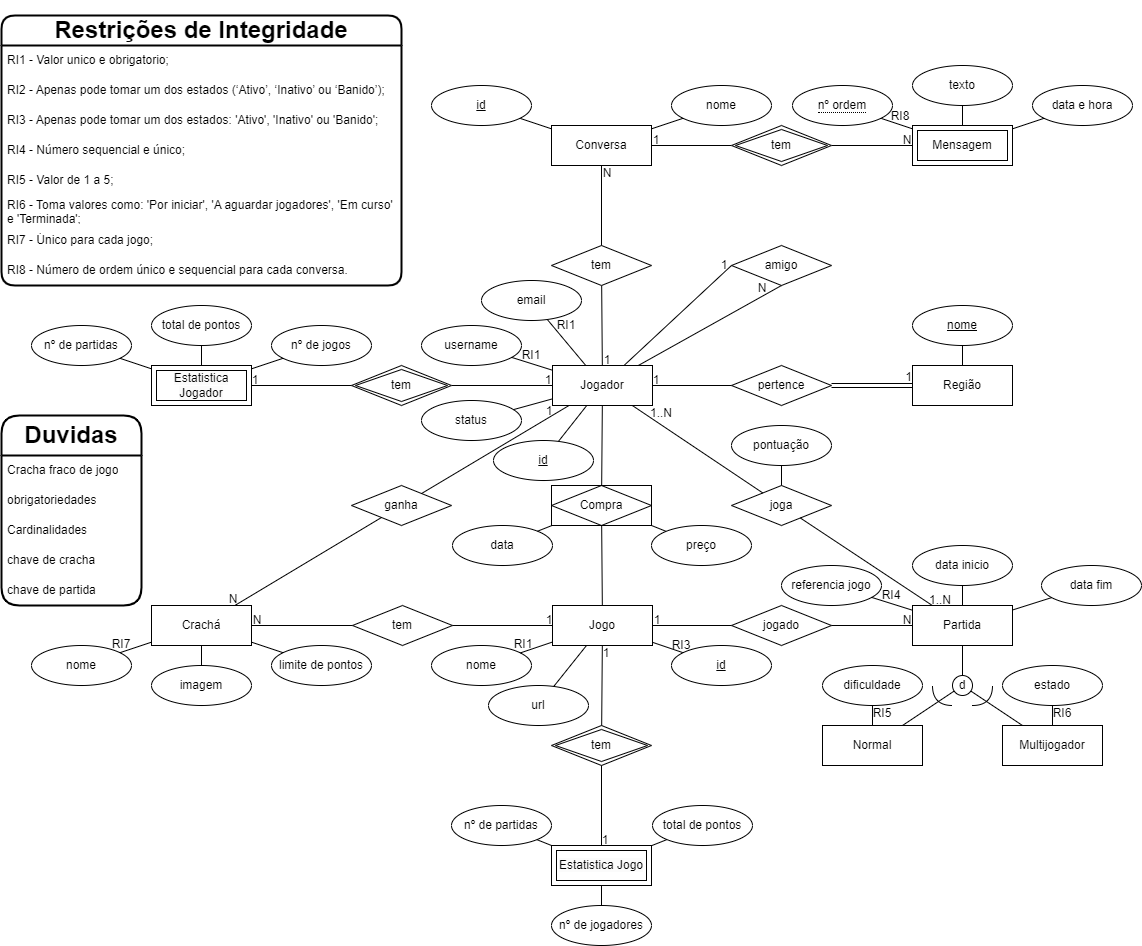
Earlier version of the draw.io export docs/Model.drawio.png (ISEL-STRESSES/SI-WorkAssignment). Source tidied: cells renumbered, new cells last; positions are measured from the earlier drawing's top-left corner, leaving out a move shared by most shapes.
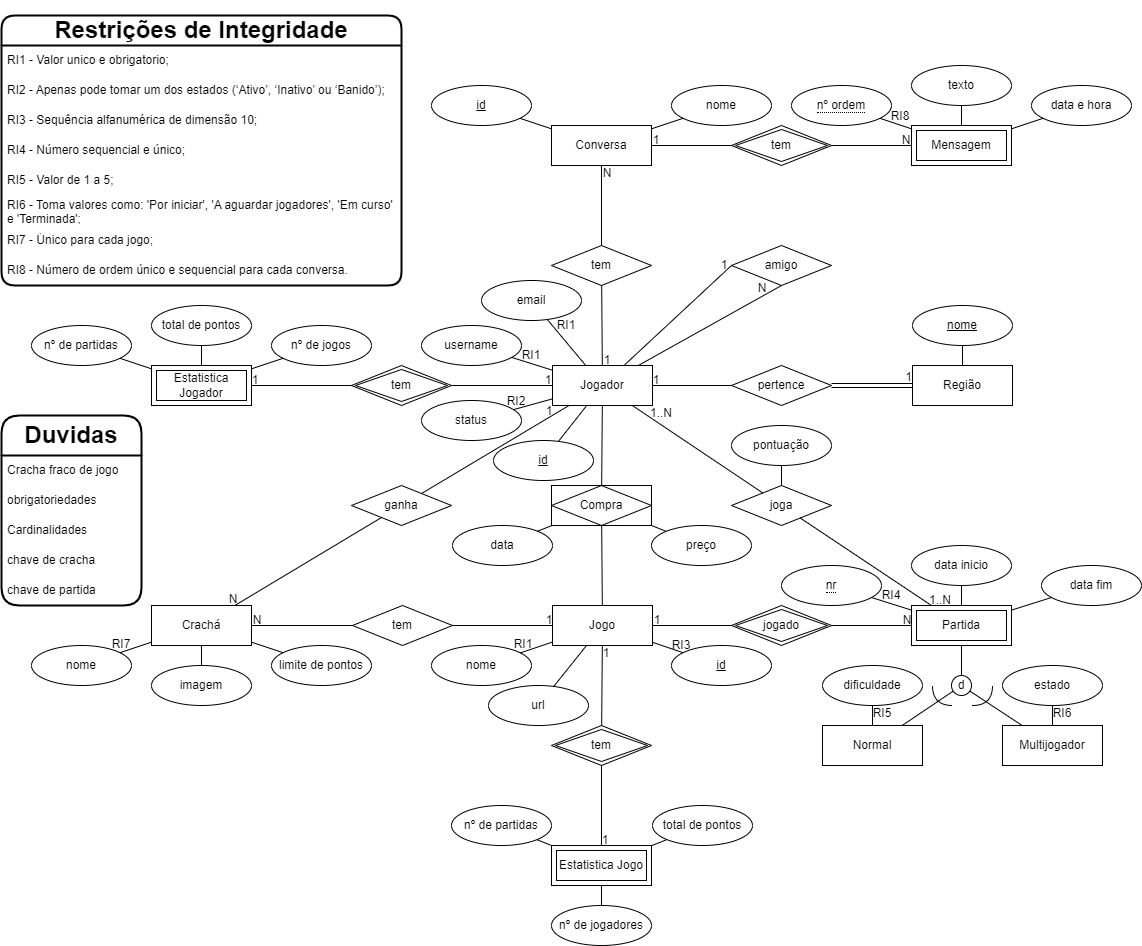
After the commit.

Commit message:
Model with minor changes. Create table not finished. Drop and Delete table done.

Diff of the diagram source:
```diff
@@ -50,14 +50,8 @@
     <mxCell id="17" style="endArrow=none;html=1;rounded=0;" parent="1" edge="1" source="16" target="109">
       <mxGeometry relative="1" as="geometry" />
     </mxCell>
-    <mxCell id="18" value="Partida" style="whiteSpace=wrap;html=1;align=center;" parent="1" vertex="1">
-      <mxGeometry x="911" y="590" width="100" height="40" as="geometry" />
-    </mxCell>
-    <mxCell id="19" value="referencia&amp;nbsp;jogo" style="ellipse;whiteSpace=wrap;html=1;align=center;" parent="1" vertex="1">
-      <mxGeometry x="780" y="550" width="100" height="40" as="geometry" />
-    </mxCell>
     <mxCell id="20" value="data inicio" style="ellipse;whiteSpace=wrap;html=1;align=center;" parent="1" vertex="1">
-      <mxGeometry x="911" y="530" width="100" height="40" as="geometry" />
+      <mxGeometry x="910" y="530" width="100" height="40" as="geometry" />
     </mxCell>
     <mxCell id="21" value="data fim" style="ellipse;whiteSpace=wrap;html=1;align=center;" parent="1" vertex="1">
       <mxGeometry x="1040" y="550" width="100" height="40" as="geometry" />
@@ -69,7 +63,7 @@
       <mxGeometry x="1001" y="710" width="100" height="40" as="geometry" />
     </mxCell>
     <mxCell id="24" value="d" style="ellipse;whiteSpace=wrap;html=1;" parent="1" vertex="1">
-      <mxGeometry x="951" y="660" width="20" height="20" as="geometry" />
+      <mxGeometry x="950" y="660" width="20" height="20" as="geometry" />
     </mxCell>
     <mxCell id="25" style="endArrow=none;html=1;rounded=0;" parent="1" edge="1" source="24" target="18">
       <mxGeometry relative="1" as="geometry" />
@@ -98,7 +92,7 @@
         </Array>
       </mxGeometry>
     </mxCell>
-    <mxCell id="30" style="endArrow=none;html=1;rounded=0;strokeColor=default;curved=1;" parent="1" edge="1" source="19" target="18">
+    <mxCell id="30" style="endArrow=none;html=1;rounded=0;strokeColor=default;curved=1;" parent="1" edge="1" source="158" target="18">
       <mxGeometry relative="1" as="geometry" />
     </mxCell>
     <mxCell id="31" style="endArrow=none;html=1;rounded=0;strokeColor=default;curved=1;" parent="1" edge="1" source="20" target="18">
@@ -156,10 +150,10 @@
       <mxGeometry relative="1" as="geometry" />
     </mxCell>
     <mxCell id="49" value="data e hora" style="ellipse;whiteSpace=wrap;html=1;align=center;" parent="1" vertex="1">
-      <mxGeometry x="1031" y="70" width="100" height="40" as="geometry" />
+      <mxGeometry x="1030" y="70" width="100" height="40" as="geometry" />
     </mxCell>
     <mxCell id="50" value="texto" style="ellipse;whiteSpace=wrap;html=1;align=center;" parent="1" vertex="1">
-      <mxGeometry x="911" y="50" width="100" height="40" as="geometry" />
+      <mxGeometry x="910" y="50" width="100" height="40" as="geometry" />
     </mxCell>
     <mxCell id="51" style="endArrow=none;html=1;rounded=0;" parent="1" edge="1" source="107" target="49">
       <mxGeometry relative="1" as="geometry" />
@@ -242,13 +236,13 @@
     <mxCell id="77" value="tem" style="shape=rhombus;double=1;perimeter=rhombusPerimeter;whiteSpace=wrap;html=1;align=center;" parent="1" vertex="1">
       <mxGeometry x="350" y="350" width="100" height="40" as="geometry" />
     </mxCell>
-    <mxCell id="78" value="&lt;span style=&quot;color: rgb(0, 0, 0); font-family: Helvetica; font-size: 12px; font-style: normal; font-variant-ligatures: normal; font-variant-caps: normal; font-weight: 400; letter-spacing: normal; orphans: 2; text-align: center; text-indent: 0px; text-transform: none; widows: 2; word-spacing: 0px; -webkit-text-stroke-width: 0px; background-color: rgb(251, 251, 251); text-decoration-thickness: initial; text-decoration-style: initial; text-decoration-color: initial; float: none; display: inline !important;&quot;&gt;Estatistica Jogador&lt;/span&gt;" style="shape=ext;margin=3;double=1;whiteSpace=wrap;html=1;align=center;" parent="1" vertex="1">
+    <mxCell id="78" value="&lt;span style=&quot;font-family: Helvetica; font-size: 12px; font-style: normal; font-variant-ligatures: normal; font-variant-caps: normal; font-weight: 400; letter-spacing: normal; orphans: 2; text-align: center; text-indent: 0px; text-transform: none; widows: 2; word-spacing: 0px; -webkit-text-stroke-width: 0px; text-decoration-thickness: initial; text-decoration-style: initial; text-decoration-color: initial; float: none; display: inline !important;&quot;&gt;Estatistica Jogador&lt;/span&gt;" style="shape=ext;margin=3;double=1;whiteSpace=wrap;html=1;align=center;labelBackgroundColor=none;fontColor=default;" parent="1" vertex="1">
       <mxGeometry x="150" y="350" width="100" height="40" as="geometry" />
     </mxCell>
     <mxCell id="79" style="endArrow=none;html=1;rounded=0;" parent="1" edge="1" source="78" target="77">
       <mxGeometry relative="1" as="geometry" />
     </mxCell>
-    <mxCell id="80" value="&lt;span style=&quot;color: rgb(0, 0, 0); font-family: Helvetica; font-size: 12px; font-style: normal; font-variant-ligatures: normal; font-variant-caps: normal; font-weight: 400; letter-spacing: normal; orphans: 2; text-align: center; text-indent: 0px; text-transform: none; widows: 2; word-spacing: 0px; -webkit-text-stroke-width: 0px; background-color: rgb(251, 251, 251); text-decoration-thickness: initial; text-decoration-style: initial; text-decoration-color: initial; float: none; display: inline !important;&quot;&gt;Estatistica Jogo&lt;/span&gt;" style="shape=ext;margin=3;double=1;whiteSpace=wrap;html=1;align=center;" parent="1" vertex="1">
+    <mxCell id="80" value="&lt;span style=&quot;font-family: Helvetica; font-size: 12px; font-style: normal; font-variant-ligatures: normal; font-variant-caps: normal; font-weight: 400; letter-spacing: normal; orphans: 2; text-align: center; text-indent: 0px; text-transform: none; widows: 2; word-spacing: 0px; -webkit-text-stroke-width: 0px; text-decoration-thickness: initial; text-decoration-style: initial; text-decoration-color: initial; float: none; display: inline !important;&quot;&gt;Estatistica Jogo&lt;/span&gt;" style="shape=ext;margin=3;double=1;whiteSpace=wrap;html=1;align=center;fontColor=default;labelBackgroundColor=none;" parent="1" vertex="1">
       <mxGeometry x="550" y="830" width="100" height="40" as="geometry" />
     </mxCell>
     <mxCell id="81" value="tem" style="shape=rhombus;double=1;perimeter=rhombusPerimeter;whiteSpace=wrap;html=1;align=center;" parent="1" vertex="1">
@@ -263,7 +257,7 @@
     <mxCell id="84" style="endArrow=none;html=1;rounded=0;" parent="1" edge="1" source="85" target="10">
       <mxGeometry relative="1" as="geometry" />
     </mxCell>
-    <mxCell id="85" value="jogado" style="shape=rhombus;perimeter=rhombusPerimeter;whiteSpace=wrap;html=1;align=center;" parent="1" vertex="1">
+    <mxCell id="85" value="jogado" style="shape=rhombus;perimeter=rhombusPerimeter;whiteSpace=wrap;html=1;align=center;double=1;" parent="1" vertex="1">
       <mxGeometry x="730" y="590" width="100" height="40" as="geometry" />
     </mxCell>
     <mxCell id="86" style="endArrow=none;html=1;rounded=0;" parent="1" edge="1" source="85" target="18">
@@ -330,7 +324,7 @@
       <mxGeometry x="430" y="70" width="100" height="40" as="geometry" />
     </mxCell>
     <mxCell id="107" value="Mensagem" style="shape=ext;margin=3;double=1;whiteSpace=wrap;html=1;align=center;" parent="1" vertex="1">
-      <mxGeometry x="911" y="110" width="100" height="40" as="geometry" />
+      <mxGeometry x="910" y="110" width="100" height="40" as="geometry" />
     </mxCell>
     <mxCell id="108" value="tem" style="shape=rhombus;double=1;perimeter=rhombusPerimeter;whiteSpace=wrap;html=1;align=center;" parent="1" vertex="1">
       <mxGeometry x="730" y="110" width="100" height="40" as="geometry" />
@@ -342,7 +336,7 @@
       <mxGeometry x="670" y="630" width="100" height="40" as="geometry" />
     </mxCell>
     <mxCell id="111" value="&lt;span style=&quot;border-bottom: 1px dotted&quot;&gt;nº ordem&lt;/span&gt;" style="ellipse;whiteSpace=wrap;html=1;align=center;" parent="1" vertex="1">
-      <mxGeometry x="791" y="70" width="100" height="40" as="geometry" />
+      <mxGeometry x="790" y="70" width="100" height="40" as="geometry" />
     </mxCell>
     <mxCell id="112" value="1" style="text;html=1;strokeColor=none;fillColor=none;align=center;verticalAlign=middle;whiteSpace=wrap;rounded=0;" parent="1" vertex="1">
       <mxGeometry x="693" y="235" width="60" height="30" as="geometry" />
@@ -399,7 +393,7 @@
       <mxGeometry x="625" y="110" width="60" height="30" as="geometry" />
     </mxCell>
     <mxCell id="130" value="N" style="text;html=1;strokeColor=none;fillColor=none;align=center;verticalAlign=middle;whiteSpace=wrap;rounded=0;" parent="1" vertex="1">
-      <mxGeometry x="876" y="110" width="60" height="30" as="geometry" />
+      <mxGeometry x="875" y="110" width="60" height="30" as="geometry" />
     </mxCell>
     <mxCell id="131" value="RI1" style="text;html=1;strokeColor=none;fillColor=none;align=center;verticalAlign=middle;whiteSpace=wrap;rounded=0;" parent="1" vertex="1">
       <mxGeometry x="535" y="295" width="60" height="30" as="geometry" />
@@ -461,7 +455,7 @@
     <mxCell id="150" value="RI2 - Apenas pode tomar um dos estados (‘Ativo’, ‘Inativo’ ou ‘Banido’);" style="text;strokeColor=none;fillColor=none;align=left;verticalAlign=middle;spacingLeft=4;spacingRight=4;overflow=hidden;whiteSpace=wrap;html=1;fontSize=12;" parent="148" vertex="1">
       <mxGeometry y="60" width="400" height="30" as="geometry" />
     </mxCell>
-    <mxCell id="151" value="RI3 - Apenas pode tomar um dos estados: 'Ativo', 'Inativo' ou 'Banido';" style="text;strokeColor=none;fillColor=none;align=left;verticalAlign=middle;spacingLeft=4;spacingRight=4;overflow=hidden;whiteSpace=wrap;html=1;fontSize=12;" parent="148" vertex="1">
+    <mxCell id="151" value="RI3 - Sequência alfanumérica de dimensão 10;" style="text;strokeColor=none;fillColor=none;align=left;verticalAlign=middle;spacingLeft=4;spacingRight=4;overflow=hidden;whiteSpace=wrap;html=1;fontSize=12;" parent="148" vertex="1">
       <mxGeometry y="90" width="400" height="30" as="geometry" />
     </mxCell>
     <mxCell id="152" value="RI4 - Número sequencial e único;" style="text;strokeColor=none;fillColor=none;align=left;verticalAlign=middle;spacingLeft=4;spacingRight=4;overflow=hidden;whiteSpace=wrap;html=1;fontSize=12;" parent="148" vertex="1">
@@ -479,5 +473,14 @@
     <mxCell id="156" value="RI8 - Número de ordem único e sequencial para cada conversa." style="text;strokeColor=none;fillColor=none;align=left;verticalAlign=middle;spacingLeft=4;spacingRight=4;overflow=hidden;whiteSpace=wrap;html=1;fontSize=12;" parent="148" vertex="1">
       <mxGeometry y="240" width="400" height="30" as="geometry" />
     </mxCell>
+    <mxCell id="157" value="RI2" style="text;html=1;strokeColor=none;fillColor=none;align=center;verticalAlign=middle;whiteSpace=wrap;rounded=0;" parent="1" vertex="1">
+      <mxGeometry x="485" y="371" width="60" height="30" as="geometry" />
+    </mxCell>
+    <mxCell id="18" value="Partida" style="shape=ext;margin=3;double=1;whiteSpace=wrap;html=1;align=center;" parent="1" vertex="1">
+      <mxGeometry x="910" y="590" width="100" height="40" as="geometry" />
+    </mxCell>
+    <mxCell id="158" value="&lt;span style=&quot;border-bottom: 1px dotted&quot;&gt;nr&lt;/span&gt;" style="ellipse;whiteSpace=wrap;html=1;align=center;" parent="1" vertex="1">
+      <mxGeometry x="780" y="550" width="100" height="40" as="geometry" />
+    </mxCell>
   </root>
 </mxGraphModel>
```
